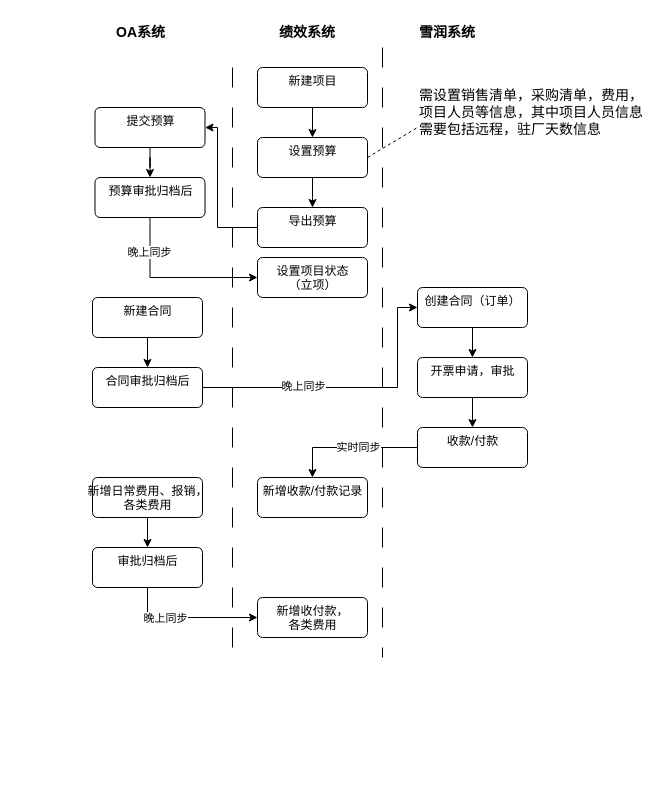
easefulfil/CLOUDCARE keeps this draw.io diagram as page "总体业务流程图 for 使用说明书" (6 of 7) of shrine-doc/项目绩效总体流程.drawio. Above is the earlier version. Source tidied: cells renumbered, new cells numbered last; positions are measured from the earlier drawing's top-left corner, leaving out a move shared by most shapes. Both pictures are drawn from the tidied source at 100%, with x=0, y=0 at pixel (92, 17).
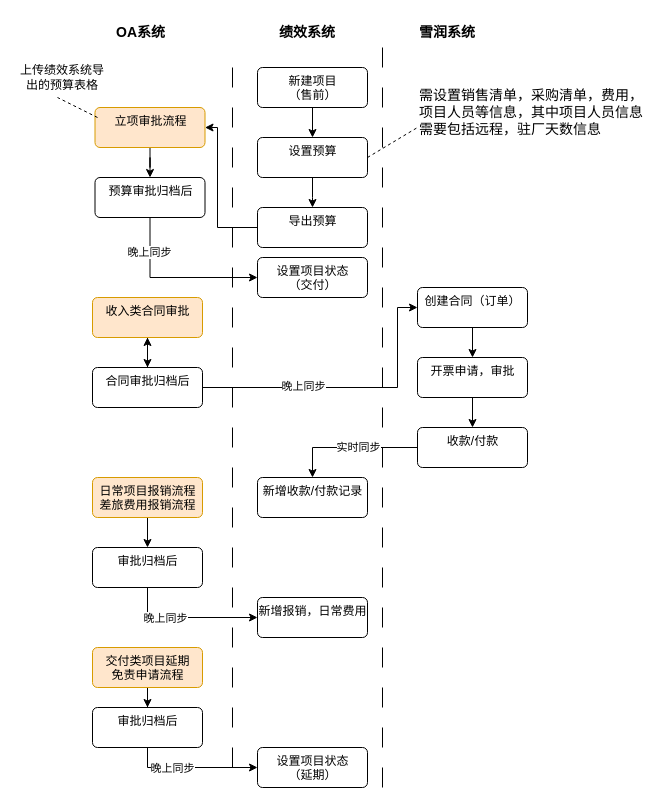
The same diagram, later.

The change refers to these unchanged cells:
```xml
<mxCell id="18" value="合同审批归档后" style="html=1;align=center;verticalAlign=top;rounded=1;absoluteArcSize=1;arcSize=10;dashed=0;" parent="1" vertex="1">
  <mxGeometry y="350" width="110" height="40" as="geometry" />
</mxCell>
```

The edit, as a diff of the source:
```diff
@@
     <mxCell id="2" style="line;strokeWidth=1;direction=south;html=1;dashed=1;dashPattern=20 20;" parent="1" vertex="1">
-      <mxGeometry x="135" y="50" width="10" height="590" as="geometry" />
+      <mxGeometry x="135" y="50" width="10" height="720" as="geometry" />
     </mxCell>
@@
     <mxCell id="5" style="line;strokeWidth=1;direction=south;html=1;dashed=1;dashPattern=20 20;" parent="1" vertex="1">
-      <mxGeometry x="285" y="30" width="10" height="610" as="geometry" />
+      <mxGeometry x="285" y="30" width="10" height="740" as="geometry" />
     </mxCell>
@@
-    <mxCell id="8" value="新建项目" style="html=1;align=center;verticalAlign=top;rounded=1;absoluteArcSize=1;arcSize=10;dashed=0;" parent="1" vertex="1">
+    <mxCell id="8" value="新建项目&lt;br&gt;（售前）" style="html=1;align=center;verticalAlign=top;rounded=1;absoluteArcSize=1;arcSize=10;dashed=0;" parent="1" vertex="1">
       <mxGeometry x="165" y="50" width="110" height="40" as="geometry" />
     </mxCell>
@@
-    <mxCell id="12" value="新建合同" style="html=1;align=center;verticalAlign=top;rounded=1;absoluteArcSize=1;arcSize=10;dashed=0;" parent="1" vertex="1">
+    <mxCell id="12" value="收入类合同审批" style="html=1;align=center;verticalAlign=top;rounded=1;absoluteArcSize=1;arcSize=10;dashed=0;fillColor=#ffe6cc;strokeColor=#d79b00;" parent="1" vertex="1">
       <mxGeometry y="280" width="110" height="40" as="geometry" />
     </mxCell>
@@
+    <mxCell id="40" style="edgeStyle=orthogonalEdgeStyle;rounded=0;jettySize=auto;html=1;" parent="1" edge="1" source="18" target="12">
+      <mxGeometry relative="1" as="geometry" />
+    </mxCell>
@@
-    <mxCell id="21" value="设置项目状态&lt;br&gt;（立项）" style="html=1;align=center;verticalAlign=top;rounded=1;absoluteArcSize=1;arcSize=10;dashed=0;" parent="1" vertex="1">
+    <mxCell id="21" value="设置项目状态&lt;br&gt;（交付）" style="html=1;align=center;verticalAlign=top;rounded=1;absoluteArcSize=1;arcSize=10;dashed=0;" parent="1" vertex="1">
       <mxGeometry x="165" y="240" width="110" height="40" as="geometry" />
     </mxCell>
@@
-    <mxCell id="23" value="提交预算" style="html=1;align=center;verticalAlign=top;rounded=1;absoluteArcSize=1;arcSize=10;dashed=0;" parent="1" vertex="1">
+    <mxCell id="23" value="立项审批流程" style="html=1;align=center;verticalAlign=top;rounded=1;absoluteArcSize=1;arcSize=10;dashed=0;fillColor=#ffe6cc;strokeColor=#d79b00;" parent="1" vertex="1">
       <mxGeometry x="2.5" y="90" width="110" height="40" as="geometry" />
     </mxCell>
@@
-    <mxCell id="33" value="新增日常费用、报销，&lt;br&gt;各类费用" style="html=1;align=center;verticalAlign=top;rounded=1;absoluteArcSize=1;arcSize=10;dashed=0;" parent="1" vertex="1">
+    <mxCell id="33" value="日常项目报销流程&lt;br&gt;差旅费用报销流程" style="html=1;align=center;verticalAlign=top;rounded=1;absoluteArcSize=1;arcSize=10;dashed=0;fillColor=#ffe6cc;strokeColor=#d79b00;" parent="1" vertex="1">
       <mxGeometry y="460" width="110" height="40" as="geometry" />
     </mxCell>
@@
-    <mxCell id="37" value="新增收付款，&lt;br&gt;各类费用" style="html=1;align=center;verticalAlign=top;rounded=1;absoluteArcSize=1;arcSize=10;dashed=0;" parent="1" vertex="1">
+    <mxCell id="37" value="新增报销，日常费用" style="html=1;align=center;verticalAlign=top;rounded=1;absoluteArcSize=1;arcSize=10;dashed=0;" parent="1" vertex="1">
       <mxGeometry x="165" y="580" width="110" height="40" as="geometry" />
     </mxCell>
@@
+    <mxCell id="41" value="上传绩效系统导出的预算表格" style="text;html=1;strokeColor=none;fillColor=none;align=center;verticalAlign=middle;whiteSpace=wrap;rounded=0;" parent="1" vertex="1">
+      <mxGeometry x="-75" y="50" width="90" height="20" as="geometry" />
+    </mxCell>
+    <mxCell id="42" style="endArrow=none;dashed=1;html=1;rounded=0;" parent="1" edge="1">
+      <mxGeometry relative="1" as="geometry">
+        <mxPoint x="5" y="100" as="sourcePoint" />
+        <mxPoint x="-35" y="80" as="targetPoint" />
+      </mxGeometry>
+    </mxCell>
+    <mxCell id="43" style="edgeStyle=orthogonalEdgeStyle;rounded=0;jettySize=auto;html=1;" parent="1" edge="1" source="44" target="45">
+      <mxGeometry relative="1" as="geometry" />
+    </mxCell>
+    <mxCell id="44" value="交付类项目延期&lt;br&gt;免责申请流程" style="html=1;align=center;verticalAlign=top;rounded=1;absoluteArcSize=1;arcSize=10;dashed=0;fillColor=#ffe6cc;strokeColor=#d79b00;" parent="1" vertex="1">
+      <mxGeometry y="630" width="110" height="40" as="geometry" />
+    </mxCell>
+    <mxCell id="45" value="审批归档后" style="html=1;align=center;verticalAlign=top;rounded=1;absoluteArcSize=1;arcSize=10;dashed=0;" parent="1" vertex="1">
+      <mxGeometry y="690" width="110" height="40" as="geometry" />
+    </mxCell>
+    <mxCell id="46" style="edgeStyle=orthogonalEdgeStyle;rounded=0;jettySize=auto;html=1;exitX=0.5;exitY=1;exitDx=0;exitDy=0;entryX=0;entryY=0.5;entryDx=0;entryDy=0;" parent="1" edge="1" source="45" target="48">
+      <mxGeometry relative="1" as="geometry" />
+    </mxCell>
+    <mxCell id="47" value="晚上同步" style="edgeLabel;html=1;align=center;verticalAlign=middle;" parent="46" vertex="1">
+      <mxGeometry x="-0.33" relative="1" as="geometry" />
+    </mxCell>
+    <mxCell id="48" value="设置项目状态&lt;br&gt;（延期）" style="html=1;align=center;verticalAlign=top;rounded=1;absoluteArcSize=1;arcSize=10;dashed=0;" parent="1" vertex="1">
+      <mxGeometry x="165" y="730" width="110" height="40" as="geometry" />
+    </mxCell>
```
